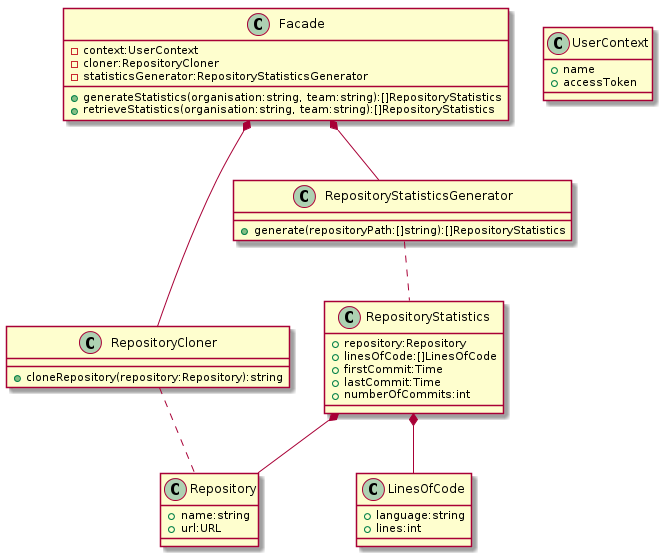
Above: documentation/architecture/class.png in svo/our-source (PlantUML), before the change.
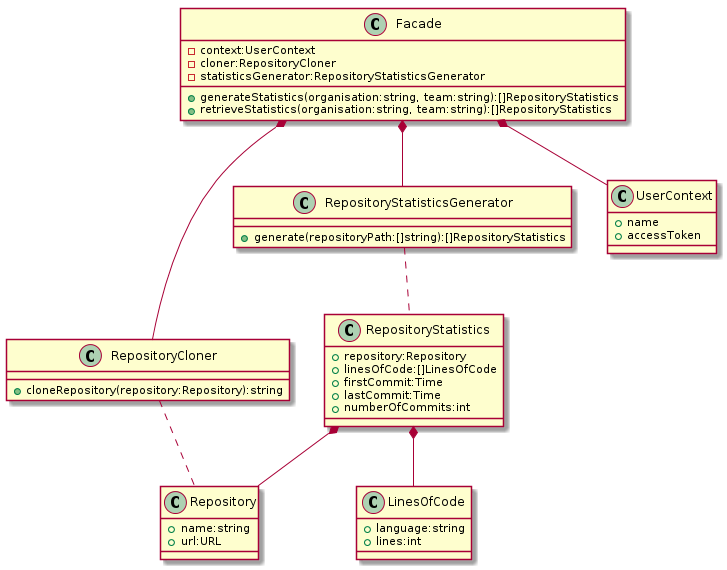
After the change.

Commit message:
Adding UserContex to Facade in Class Diagram

Task: https://trello.com/c/LgfgF8fT/

Diff of the diagram source:
```diff
@@ -44,6 +44,7 @@
 RepositoryStatistics *-- LinesOfCode
 RepositoryCloner .. Repository
 RepositoryStatisticsGenerator .. RepositoryStatistics
+Facade *-- UserContext
 Facade *-- RepositoryCloner
 Facade *-- RepositoryStatisticsGenerator
 @enduml
```
